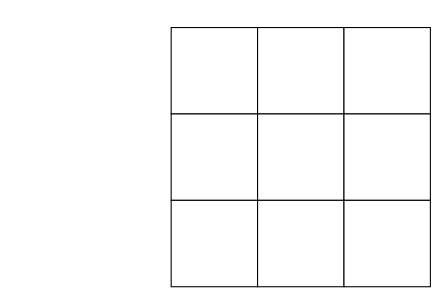
Earlier version of the draw.io diagram Diagram zonder titel.drawio (Johan4839/test1). Source tidied: cells renumbered, new cells numbered last; positions are measured from the earlier drawing's top-left corner, leaving out a move shared by most shapes. Both pictures are drawn from the tidied source at 108%, with x=0, y=0 at pixel (171, 27).
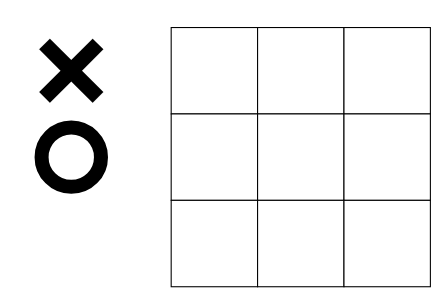
After the change.

What changed in the source:
```diff
@@
 <mxGraphModel>
   <root>
     <mxCell id="0" />
     <mxCell id="1" parent="0" />
     <mxCell id="2" style="whiteSpace=wrap;html=1;" parent="1" vertex="1">
       <mxGeometry width="80" height="80" as="geometry" />
     </mxCell>
     <mxCell id="3" style="whiteSpace=wrap;html=1;" parent="1" vertex="1">
       <mxGeometry x="80" width="80" height="80" as="geometry" />
     </mxCell>
     <mxCell id="4" style="whiteSpace=wrap;html=1;" parent="1" vertex="1">
       <mxGeometry x="160" width="80" height="80" as="geometry" />
     </mxCell>
     <mxCell id="5" style="whiteSpace=wrap;html=1;" parent="1" vertex="1">
       <mxGeometry y="80" width="80" height="80" as="geometry" />
     </mxCell>
     <mxCell id="6" style="whiteSpace=wrap;html=1;" parent="1" vertex="1">
       <mxGeometry x="80" y="80" width="80" height="80" as="geometry" />
     </mxCell>
     <mxCell id="7" style="whiteSpace=wrap;html=1;" parent="1" vertex="1">
       <mxGeometry x="160" y="80" width="80" height="80" as="geometry" />
     </mxCell>
     <mxCell id="8" style="whiteSpace=wrap;html=1;" parent="1" vertex="1">
       <mxGeometry y="160" width="80" height="80" as="geometry" />
     </mxCell>
     <mxCell id="9" style="whiteSpace=wrap;html=1;" parent="1" vertex="1">
       <mxGeometry x="80" y="160" width="80" height="80" as="geometry" />
     </mxCell>
     <mxCell id="10" style="whiteSpace=wrap;html=1;" parent="1" vertex="1">
       <mxGeometry x="160" y="160" width="80" height="80" as="geometry" />
     </mxCell>
+    <mxCell id="11" style="shape=cross;whiteSpace=wrap;html=1;rotation=45;strokeWidth=0;fillColor=#000000;" parent="1" vertex="1">
+      <mxGeometry x="-127.5" y="5" width="70" height="70" as="geometry" />
+    </mxCell>
+    <mxCell id="12" style="ellipse;whiteSpace=wrap;html=1;labelBorderColor=default;strokeWidth=13;" parent="1" vertex="1">
+      <mxGeometry x="-120" y="92.5" width="55" height="55" as="geometry" />
+    </mxCell>
   </root>
 </mxGraphModel>
```
